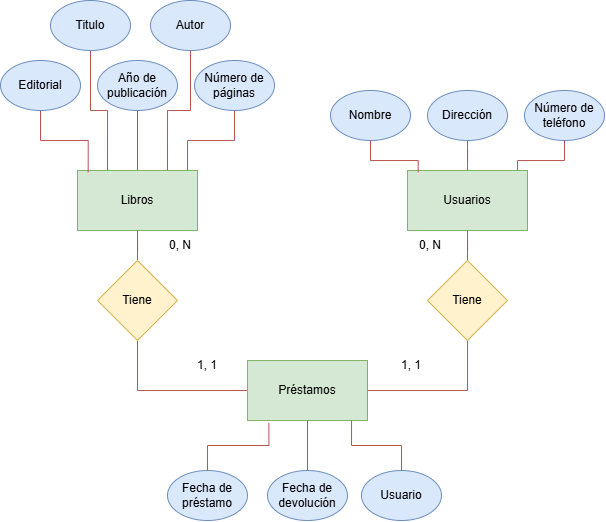
The draw.io diagram db/design/sheet01/ex01/Ex01-Biblioteca.png in miguel20241/bootcamp_java, before a commit. Source tidied: cells renumbered, new cells last; positions are measured from the earlier drawing's top-left corner, leaving out a move shared by most shapes.
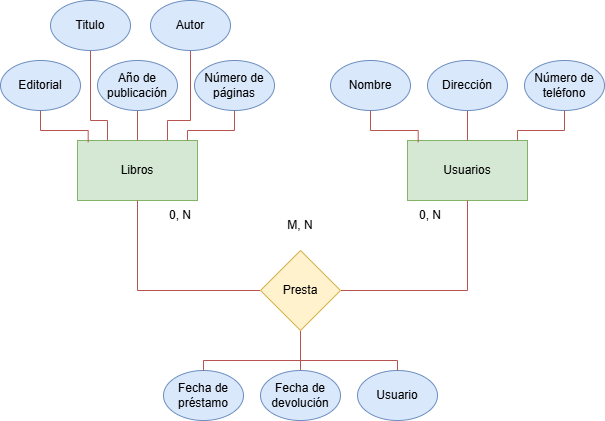
The same diagram one commit later.

The edit, as a diff of the source:
```diff
@@ -9,25 +9,35 @@
       <mxGeometry relative="1" as="geometry" />
     </mxCell>
     <mxCell id="4" value="Año de publicación" style="ellipse;whiteSpace=wrap;html=1;fillColor=#dae8fc;strokeColor=#6c8ebf;" parent="1" vertex="1">
-      <mxGeometry x="97" y="60" width="80" height="50" as="geometry" />
+      <mxGeometry x="97" y="90" width="80" height="50" as="geometry" />
     </mxCell>
     <mxCell id="5" style="edgeStyle=orthogonalEdgeStyle;rounded=0;jettySize=auto;html=1;entryX=0.75;entryY=0;entryDx=0;entryDy=0;endArrow=none;endFill=0;fillColor=#f8cecc;strokeColor=#b85450;" parent="1" edge="1" source="6" target="2">
-      <mxGeometry relative="1" as="geometry" />
+      <mxGeometry relative="1" as="geometry">
+        <Array as="points">
+          <mxPoint x="190" y="150" />
+          <mxPoint x="167" y="150" />
+        </Array>
+      </mxGeometry>
     </mxCell>
     <mxCell id="6" value="Autor" style="ellipse;whiteSpace=wrap;html=1;fillColor=#dae8fc;strokeColor=#6c8ebf;" parent="1" vertex="1">
-      <mxGeometry x="150" width="80" height="50" as="geometry" />
+      <mxGeometry x="150" y="30" width="80" height="50" as="geometry" />
     </mxCell>
     <mxCell id="7" style="edgeStyle=orthogonalEdgeStyle;rounded=0;jettySize=auto;html=1;entryX=0.25;entryY=0;entryDx=0;entryDy=0;endArrow=none;endFill=0;fillColor=#f8cecc;strokeColor=#b85450;" parent="1" edge="1" source="8" target="2">
-      <mxGeometry relative="1" as="geometry" />
+      <mxGeometry relative="1" as="geometry">
+        <Array as="points">
+          <mxPoint x="90" y="150" />
+          <mxPoint x="107" y="150" />
+        </Array>
+      </mxGeometry>
     </mxCell>
     <mxCell id="8" value="Titulo" style="ellipse;whiteSpace=wrap;html=1;fillColor=#dae8fc;strokeColor=#6c8ebf;" parent="1" vertex="1">
-      <mxGeometry x="50" width="80" height="50" as="geometry" />
+      <mxGeometry x="50" y="30" width="80" height="50" as="geometry" />
     </mxCell>
     <mxCell id="9" value="Número de páginas" style="ellipse;whiteSpace=wrap;html=1;fillColor=#dae8fc;strokeColor=#6c8ebf;" parent="1" vertex="1">
-      <mxGeometry x="194" y="60" width="80" height="50" as="geometry" />
+      <mxGeometry x="194" y="90" width="80" height="50" as="geometry" />
     </mxCell>
     <mxCell id="10" value="Editorial" style="ellipse;whiteSpace=wrap;html=1;fillColor=#dae8fc;strokeColor=#6c8ebf;" parent="1" vertex="1">
-      <mxGeometry y="60" width="80" height="50" as="geometry" />
+      <mxGeometry y="90" width="80" height="50" as="geometry" />
     </mxCell>
     <mxCell id="11" style="edgeStyle=orthogonalEdgeStyle;rounded=0;jettySize=auto;html=1;entryX=0.089;entryY=0.028;entryDx=0;entryDy=0;entryPerimeter=0;endArrow=none;endFill=0;fillColor=#f8cecc;strokeColor=#b85450;" parent="1" edge="1" source="10" target="2">
       <mxGeometry relative="1" as="geometry" />
@@ -56,56 +66,51 @@
     <mxCell id="19" style="edgeStyle=orthogonalEdgeStyle;rounded=0;jettySize=auto;html=1;entryX=0.917;entryY=0;entryDx=0;entryDy=0;entryPerimeter=0;endArrow=none;endFill=0;fillColor=#f8cecc;strokeColor=#b85450;" parent="1" edge="1" source="16" target="13">
       <mxGeometry relative="1" as="geometry" />
     </mxCell>
-    <mxCell id="20" style="edgeStyle=orthogonalEdgeStyle;rounded=0;jettySize=auto;html=1;entryX=0.5;entryY=1;entryDx=0;entryDy=0;exitX=0;exitY=0.5;exitDx=0;exitDy=0;endArrow=none;endFill=0;fillColor=#f8cecc;strokeColor=#b85450;" parent="1" edge="1" source="22" target="28">
+    <mxCell id="20" style="edgeStyle=orthogonalEdgeStyle;rounded=0;jettySize=auto;html=1;entryX=0.5;entryY=1;entryDx=0;entryDy=0;exitX=0;exitY=0.5;exitDx=0;exitDy=0;endArrow=none;endFill=0;fillColor=#f8cecc;strokeColor=#b85450;" parent="1" edge="1" source="37" target="2">
       <mxGeometry relative="1" as="geometry" />
     </mxCell>
-    <mxCell id="21" style="edgeStyle=orthogonalEdgeStyle;rounded=0;jettySize=auto;html=1;endArrow=none;endFill=0;fillColor=#f8cecc;strokeColor=#b85450;" parent="1" edge="1" source="22" target="32">
+    <mxCell id="21" style="edgeStyle=orthogonalEdgeStyle;rounded=0;jettySize=auto;html=1;endArrow=none;endFill=0;fillColor=#f8cecc;strokeColor=#b85450;entryX=0.5;entryY=1;entryDx=0;entryDy=0;exitX=1;exitY=0.5;exitDx=0;exitDy=0;" parent="1" edge="1" source="37" target="13">
       <mxGeometry relative="1" as="geometry" />
     </mxCell>
-    <mxCell id="22" value="Préstamos" style="rounded=0;whiteSpace=wrap;html=1;fillColor=#d5e8d4;strokeColor=#82b366;" parent="1" vertex="1">
-      <mxGeometry x="247" y="360" width="120" height="60" as="geometry" />
-    </mxCell>
-    <mxCell id="23" style="edgeStyle=orthogonalEdgeStyle;rounded=0;jettySize=auto;html=1;entryX=0.5;entryY=1;entryDx=0;entryDy=0;endArrow=none;endFill=0;fillColor=#f8cecc;strokeColor=#b85450;" parent="1" edge="1" source="24" target="22">
+    <mxCell id="23" style="edgeStyle=orthogonalEdgeStyle;rounded=0;jettySize=auto;html=1;entryX=0.5;entryY=1;entryDx=0;entryDy=0;endArrow=none;endFill=0;fillColor=#f8cecc;strokeColor=#b85450;" parent="1" edge="1" source="24" target="37">
       <mxGeometry relative="1" as="geometry" />
     </mxCell>
     <mxCell id="24" value="Fecha de devolución" style="ellipse;whiteSpace=wrap;html=1;fillColor=#dae8fc;strokeColor=#6c8ebf;" parent="1" vertex="1">
-      <mxGeometry x="267" y="470" width="80" height="50" as="geometry" />
+      <mxGeometry x="260" y="400" width="80" height="50" as="geometry" />
     </mxCell>
     <mxCell id="25" value="Usuario" style="ellipse;whiteSpace=wrap;html=1;fillColor=#dae8fc;strokeColor=#6c8ebf;" parent="1" vertex="1">
-      <mxGeometry x="361" y="470" width="80" height="50" as="geometry" />
+      <mxGeometry x="357" y="400" width="80" height="50" as="geometry" />
     </mxCell>
     <mxCell id="26" value="Fecha de préstamo" style="ellipse;whiteSpace=wrap;html=1;fillColor=#dae8fc;strokeColor=#6c8ebf;" parent="1" vertex="1">
-      <mxGeometry x="167" y="470" width="80" height="50" as="geometry" />
+      <mxGeometry x="163" y="400" width="80" height="50" as="geometry" />
     </mxCell>
-    <mxCell id="27" style="edgeStyle=orthogonalEdgeStyle;rounded=0;jettySize=auto;html=1;endArrow=none;endFill=0;fillColor=#f8cecc;strokeColor=#b85450;" parent="1" edge="1" source="28" target="2">
-      <mxGeometry relative="1" as="geometry" />
-    </mxCell>
-    <mxCell id="28" value="Tiene" style="rhombus;whiteSpace=wrap;html=1;fillColor=#fff2cc;strokeColor=#d6b656;" parent="1" vertex="1">
-      <mxGeometry x="97" y="260" width="80" height="80" as="geometry" />
-    </mxCell>
-    <mxCell id="29" style="edgeStyle=orthogonalEdgeStyle;rounded=0;jettySize=auto;html=1;entryX=0.178;entryY=1.039;entryDx=0;entryDy=0;entryPerimeter=0;endArrow=none;endFill=0;fillColor=#f8cecc;strokeColor=#b85450;" parent="1" edge="1" source="26" target="22">
-      <mxGeometry relative="1" as="geometry" />
+    <mxCell id="29" style="edgeStyle=orthogonalEdgeStyle;rounded=0;jettySize=auto;html=1;entryX=0.5;entryY=1;entryDx=0;entryDy=0;endArrow=none;endFill=0;fillColor=#f8cecc;strokeColor=#b85450;" parent="1" edge="1" source="26" target="37">
+      <mxGeometry relative="1" as="geometry">
+        <Array as="points">
+          <mxPoint x="203" y="390" />
+          <mxPoint x="300" y="390" />
+        </Array>
+      </mxGeometry>
     </mxCell>
-    <mxCell id="30" style="edgeStyle=orthogonalEdgeStyle;rounded=0;jettySize=auto;html=1;entryX=0.867;entryY=1;entryDx=0;entryDy=0;entryPerimeter=0;endArrow=none;endFill=0;fillColor=#f8cecc;strokeColor=#b85450;" parent="1" edge="1" source="25" target="22">
-      <mxGeometry relative="1" as="geometry" />
+    <mxCell id="30" style="edgeStyle=orthogonalEdgeStyle;rounded=0;jettySize=auto;html=1;entryX=0.5;entryY=1;entryDx=0;entryDy=0;endArrow=none;endFill=0;fillColor=#f8cecc;strokeColor=#b85450;" parent="1" edge="1" source="25" target="37">
+      <mxGeometry relative="1" as="geometry">
+        <Array as="points">
+          <mxPoint x="397" y="390" />
+          <mxPoint x="300" y="390" />
+        </Array>
+      </mxGeometry>
     </mxCell>
-    <mxCell id="31" style="edgeStyle=orthogonalEdgeStyle;rounded=0;jettySize=auto;html=1;endArrow=none;endFill=0;fillColor=#f8cecc;strokeColor=#b85450;" parent="1" edge="1" source="32" target="13">
-      <mxGeometry relative="1" as="geometry" />
-    </mxCell>
-    <mxCell id="32" value="Tiene" style="rhombus;whiteSpace=wrap;html=1;fillColor=#fff2cc;strokeColor=#d6b656;" parent="1" vertex="1">
-      <mxGeometry x="427" y="260" width="80" height="80" as="geometry" />
-    </mxCell>
     <mxCell id="33" value="0, N" style="text;html=1;align=center;verticalAlign=middle;whiteSpace=wrap;rounded=0;" parent="1" vertex="1">
       <mxGeometry x="150" y="230" width="60" height="30" as="geometry" />
     </mxCell>
-    <mxCell id="34" value="1, 1" style="text;html=1;align=center;verticalAlign=middle;whiteSpace=wrap;rounded=0;" parent="1" vertex="1">
-      <mxGeometry x="177" y="350" width="60" height="30" as="geometry" />
-    </mxCell>
-    <mxCell id="35" value="1, 1" style="text;html=1;align=center;verticalAlign=middle;whiteSpace=wrap;rounded=0;" parent="1" vertex="1">
-      <mxGeometry x="381" y="350" width="60" height="30" as="geometry" />
-    </mxCell>
     <mxCell id="36" value="0, N" style="text;html=1;align=center;verticalAlign=middle;whiteSpace=wrap;rounded=0;" parent="1" vertex="1">
       <mxGeometry x="400" y="230" width="60" height="30" as="geometry" />
     </mxCell>
+    <mxCell id="37" value="Presta" style="rhombus;whiteSpace=wrap;html=1;fillColor=#fff2cc;strokeColor=#d6b656;" parent="1" vertex="1">
+      <mxGeometry x="260" y="280" width="80" height="80" as="geometry" />
+    </mxCell>
+    <mxCell id="38" value="M, N" style="text;html=1;align=center;verticalAlign=middle;whiteSpace=wrap;rounded=0;" parent="1" vertex="1">
+      <mxGeometry x="270" y="240" width="60" height="30" as="geometry" />
+    </mxCell>
   </root>
 </mxGraphModel>
```
